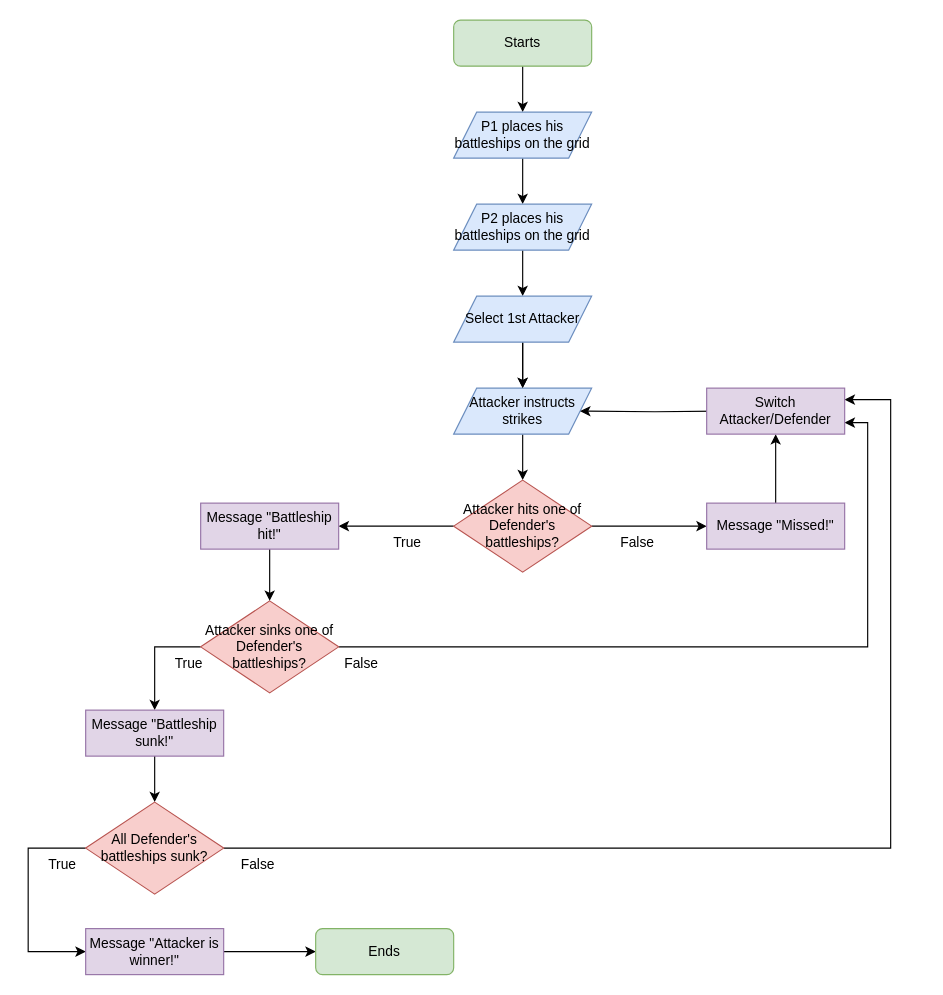
This is Flowcharts/Flowchart_battleships_game.drawio from tinghaoK7727/Battleships_game, a draw.io file, before an edit. Source tidied: cells renumbered, new cells numbered last; positions are measured from the earlier drawing's top-left corner, leaving out a move shared by most shapes. Both pictures are drawn from the tidied source at 115%, with x=0, y=0 at pixel (28, 20).
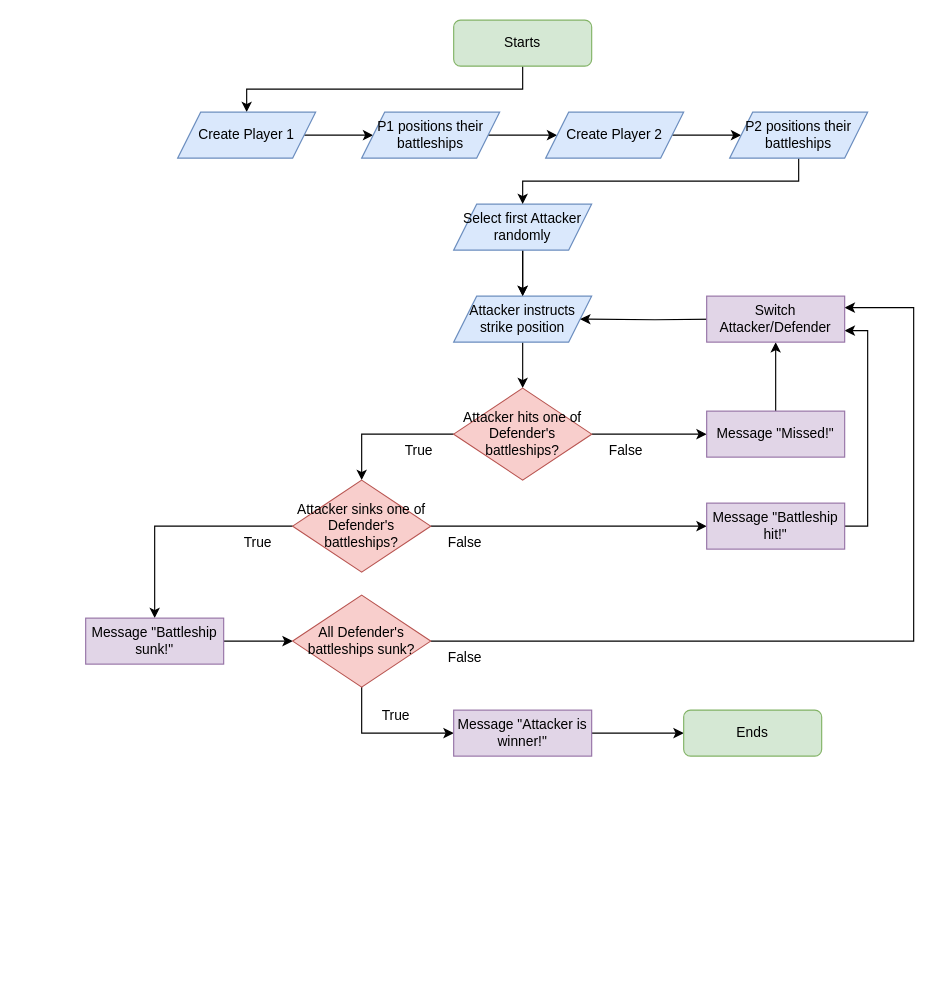
After the change.

What changed in the source:
```diff
@@
-    <mxCell id="4" style="edgeStyle=orthogonalEdgeStyle;rounded=0;jettySize=auto;html=1;exitX=0.5;exitY=1;exitDx=0;exitDy=0;entryX=0.5;entryY=0;entryDx=0;entryDy=0;" parent="1" edge="1" source="5" target="8">
-      <mxGeometry relative="1" as="geometry" />
-    </mxCell>
+    <mxCell id="39" style="edgeStyle=orthogonalEdgeStyle;rounded=0;jettySize=auto;html=1;exitX=1;exitY=0.5;exitDx=0;exitDy=0;" parent="1" edge="1" source="5" target="45">
+      <mxGeometry relative="1" as="geometry" />
+    </mxCell>
-    <mxCell id="5" value="P1 places his battleships on the grid" style="shape=parallelogram;perimeter=parallelogramPerimeter;whiteSpace=wrap;html=1;fixedSize=1;fillColor=#dae8fc;strokeColor=#6c8ebf;" parent="1" vertex="1">
-      <mxGeometry x="370" y="80" width="120" height="40" as="geometry" />
+    <mxCell id="5" value="Create Player 1" style="shape=parallelogram;perimeter=parallelogramPerimeter;whiteSpace=wrap;html=1;fixedSize=1;fillColor=#dae8fc;strokeColor=#6c8ebf;" parent="1" vertex="1">
+      <mxGeometry x="130" y="80" width="120" height="40" as="geometry" />
     </mxCell>
@@
-    <mxCell id="7" style="edgeStyle=orthogonalEdgeStyle;rounded=0;jettySize=auto;html=1;" parent="1" edge="1" source="8" target="12">
-      <mxGeometry relative="1" as="geometry" />
-    </mxCell>
-    <mxCell id="8" value="P2 places his battleships on the grid" style="shape=parallelogram;perimeter=parallelogramPerimeter;whiteSpace=wrap;html=1;fixedSize=1;fillColor=#dae8fc;strokeColor=#6c8ebf;" parent="1" vertex="1">
-      <mxGeometry x="370" y="160" width="120" height="40" as="geometry" />
-    </mxCell>
@@
-    <mxCell id="10" value="Attacker instructs strikes" style="shape=parallelogram;perimeter=parallelogramPerimeter;whiteSpace=wrap;html=1;fixedSize=1;fillColor=#dae8fc;strokeColor=#6c8ebf;" parent="1" vertex="1">
-      <mxGeometry x="370" y="320" width="120" height="40" as="geometry" />
+    <mxCell id="10" value="Attacker instructs strike position" style="shape=parallelogram;perimeter=parallelogramPerimeter;whiteSpace=wrap;html=1;fixedSize=1;fillColor=#dae8fc;strokeColor=#6c8ebf;" parent="1" vertex="1">
+      <mxGeometry x="370" y="240" width="120" height="40" as="geometry" />
     </mxCell>
@@
-    <mxCell id="12" value="Select 1st Attacker" style="shape=parallelogram;perimeter=parallelogramPerimeter;whiteSpace=wrap;html=1;fixedSize=1;fillColor=#dae8fc;strokeColor=#6c8ebf;" parent="1" vertex="1">
-      <mxGeometry x="370" y="240" width="120" height="40" as="geometry" />
+    <mxCell id="12" value="Select first Attacker randomly" style="shape=parallelogram;perimeter=parallelogramPerimeter;whiteSpace=wrap;html=1;fixedSize=1;fillColor=#dae8fc;strokeColor=#6c8ebf;" parent="1" vertex="1">
+      <mxGeometry x="370" y="160" width="120" height="40" as="geometry" />
     </mxCell>
-    <mxCell id="13" style="edgeStyle=orthogonalEdgeStyle;rounded=0;jettySize=auto;html=1;exitX=0;exitY=0.5;exitDx=0;exitDy=0;entryX=1;entryY=0.5;entryDx=0;entryDy=0;" parent="1" edge="1" source="15" target="20">
-      <mxGeometry relative="1" as="geometry" />
-    </mxCell>
@@
+    <mxCell id="40" style="edgeStyle=orthogonalEdgeStyle;rounded=0;jettySize=auto;html=1;exitX=0;exitY=0.5;exitDx=0;exitDy=0;entryX=0.5;entryY=0;entryDx=0;entryDy=0;" parent="1" edge="1" source="15" target="18">
+      <mxGeometry relative="1" as="geometry" />
+    </mxCell>
     <mxCell id="15" value="Attacker hits one of Defender's battleships?" style="rhombus;whiteSpace=wrap;html=1;fillColor=#f8cecc;strokeColor=#b85450;" parent="1" vertex="1">
-      <mxGeometry x="370" y="400" width="120" height="80" as="geometry" />
+      <mxGeometry x="370" y="320" width="120" height="80" as="geometry" />
     </mxCell>
-    <mxCell id="16" style="edgeStyle=orthogonalEdgeStyle;rounded=0;jettySize=auto;html=1;entryX=0.5;entryY=0;entryDx=0;entryDy=0;" parent="1" edge="1" source="18">
-      <mxGeometry relative="1" as="geometry">
-        <mxPoint x="110" y="600" as="targetPoint" />
-        <Array as="points">
-          <mxPoint x="110" y="545" />
-        </Array>
-      </mxGeometry>
-    </mxCell>
-    <mxCell id="17" style="edgeStyle=orthogonalEdgeStyle;rounded=0;jettySize=auto;html=1;entryX=1;entryY=0.75;entryDx=0;entryDy=0;startArrow=none;exitX=1;exitY=0.5;exitDx=0;exitDy=0;" parent="1" edge="1" source="18" target="36">
-      <mxGeometry relative="1" as="geometry" />
-    </mxCell>
+    <mxCell id="41" style="edgeStyle=orthogonalEdgeStyle;rounded=0;jettySize=auto;html=1;exitX=1;exitY=0.5;exitDx=0;exitDy=0;entryX=0;entryY=0.5;entryDx=0;entryDy=0;" parent="1" edge="1" source="18" target="20">
+      <mxGeometry relative="1" as="geometry" />
+    </mxCell>
+    <mxCell id="42" style="edgeStyle=orthogonalEdgeStyle;rounded=0;jettySize=auto;html=1;exitX=0;exitY=0.5;exitDx=0;exitDy=0;" parent="1" edge="1" source="18" target="22">
+      <mxGeometry relative="1" as="geometry" />
+    </mxCell>
     <mxCell id="18" value="Attacker sinks one of Defender's battleships?" style="rhombus;whiteSpace=wrap;html=1;fillColor=#f8cecc;strokeColor=#b85450;" parent="1" vertex="1">
-      <mxGeometry x="150" y="505" width="120" height="80" as="geometry" />
+      <mxGeometry x="230" y="400" width="120" height="80" as="geometry" />
     </mxCell>
-    <mxCell id="19" style="edgeStyle=orthogonalEdgeStyle;rounded=0;jettySize=auto;html=1;entryX=0.5;entryY=0;entryDx=0;entryDy=0;" parent="1" edge="1" source="20" target="18">
-      <mxGeometry relative="1" as="geometry" />
-    </mxCell>
+    <mxCell id="43" style="edgeStyle=orthogonalEdgeStyle;rounded=0;jettySize=auto;html=1;exitX=1;exitY=0.5;exitDx=0;exitDy=0;entryX=1;entryY=0.75;entryDx=0;entryDy=0;" parent="1" edge="1" source="20" target="36">
+      <mxGeometry relative="1" as="geometry" />
+    </mxCell>
     <mxCell id="20" value="Message &quot;Battleship hit!&quot;" style="rounded=0;whiteSpace=wrap;html=1;fillColor=#e1d5e7;strokeColor=#9673a6;" parent="1" vertex="1">
-      <mxGeometry x="150" y="420" width="120" height="40" as="geometry" />
+      <mxGeometry x="590" y="420" width="120" height="40" as="geometry" />
     </mxCell>
-    <mxCell id="21" style="edgeStyle=orthogonalEdgeStyle;rounded=0;jettySize=auto;html=1;exitX=0.5;exitY=1;exitDx=0;exitDy=0;entryX=0.5;entryY=0;entryDx=0;entryDy=0;" parent="1" edge="1" source="22" target="26">
+    <mxCell id="21" style="edgeStyle=orthogonalEdgeStyle;rounded=0;jettySize=auto;html=1;exitX=1;exitY=0.5;exitDx=0;exitDy=0;" parent="1" edge="1" source="22" target="26">
       <mxGeometry relative="1" as="geometry" />
     </mxCell>
     <mxCell id="22" value="Message &quot;Battleship sunk!&quot;" style="rounded=0;whiteSpace=wrap;html=1;fillColor=#e1d5e7;strokeColor=#9673a6;" parent="1" vertex="1">
-      <mxGeometry x="50" y="600" width="120" height="40" as="geometry" />
+      <mxGeometry x="50" y="520" width="120" height="40" as="geometry" />
     </mxCell>
     <mxCell id="23" value="True" style="text;html=1;strokeColor=none;fillColor=none;align=center;verticalAlign=middle;whiteSpace=wrap;rounded=0;" parent="1" vertex="1">
-      <mxGeometry x="300" y="440" width="60" height="30" as="geometry" />
+      <mxGeometry x="310" y="360" width="60" height="30" as="geometry" />
     </mxCell>
+    <mxCell id="25" style="edgeStyle=orthogonalEdgeStyle;rounded=0;jettySize=auto;html=1;exitX=1;exitY=0.5;exitDx=0;exitDy=0;entryX=1;entryY=0.25;entryDx=0;entryDy=0;" parent="1" edge="1" source="26" target="36">
+      <mxGeometry relative="1" as="geometry">
+        <Array as="points">
+          <mxPoint x="770" y="540" />
+          <mxPoint x="770" y="250" />
+        </Array>
+      </mxGeometry>
+    </mxCell>
-    <mxCell id="24" style="edgeStyle=orthogonalEdgeStyle;rounded=0;jettySize=auto;html=1;exitX=0;exitY=0.5;exitDx=0;exitDy=0;entryX=0;entryY=0.5;entryDx=0;entryDy=0;" parent="1" edge="1" source="26" target="28">
-      <mxGeometry relative="1" as="geometry">
-        <Array as="points">
-          <mxPoint y="720" />
-          <mxPoint y="810" />
-        </Array>
-      </mxGeometry>
+    <mxCell id="24" style="edgeStyle=orthogonalEdgeStyle;rounded=0;jettySize=auto;html=1;exitX=0.5;exitY=1;exitDx=0;exitDy=0;entryX=0;entryY=0.5;entryDx=0;entryDy=0;" parent="1" edge="1" source="26" target="28">
+      <mxGeometry relative="1" as="geometry" />
     </mxCell>
-    <mxCell id="25" style="edgeStyle=orthogonalEdgeStyle;rounded=0;jettySize=auto;html=1;entryX=1;entryY=0.25;entryDx=0;entryDy=0;" parent="1" edge="1" source="26" target="36">
-      <mxGeometry relative="1" as="geometry">
-        <Array as="points">
-          <mxPoint x="750" y="720" />
-          <mxPoint x="750" y="330" />
-        </Array>
-      </mxGeometry>
-    </mxCell>
     <mxCell id="26" value="All Defender's battleships sunk?" style="rhombus;whiteSpace=wrap;html=1;fillColor=#f8cecc;strokeColor=#b85450;" parent="1" vertex="1">
-      <mxGeometry x="50" y="680" width="120" height="80" as="geometry" />
+      <mxGeometry x="230" y="500" width="120" height="80" as="geometry" />
     </mxCell>
@@
     <mxCell id="28" value="Message &quot;Attacker is winner!&quot;" style="rounded=0;whiteSpace=wrap;html=1;fillColor=#e1d5e7;strokeColor=#9673a6;" parent="1" vertex="1">
-      <mxGeometry x="50" y="790" width="120" height="40" as="geometry" />
+      <mxGeometry x="370" y="600" width="120" height="40" as="geometry" />
     </mxCell>
     <mxCell id="29" value="Ends" style="rounded=1;whiteSpace=wrap;html=1;fillColor=#d5e8d4;strokeColor=#82b366;" parent="1" vertex="1">
-      <mxGeometry x="250" y="790" width="120" height="40" as="geometry" />
+      <mxGeometry x="570" y="600" width="120" height="40" as="geometry" />
     </mxCell>
@@
     <mxCell id="31" value="Message &quot;Missed!&quot;" style="rounded=0;whiteSpace=wrap;html=1;fillColor=#e1d5e7;strokeColor=#9673a6;" parent="1" vertex="1">
-      <mxGeometry x="590" y="420" width="120" height="40" as="geometry" />
+      <mxGeometry x="590" y="340" width="120" height="40" as="geometry" />
     </mxCell>
     <mxCell id="32" value="False" style="text;html=1;strokeColor=none;fillColor=none;align=center;verticalAlign=middle;whiteSpace=wrap;rounded=0;" parent="1" vertex="1">
-      <mxGeometry x="500" y="440" width="60" height="30" as="geometry" />
+      <mxGeometry x="490" y="360" width="60" height="30" as="geometry" />
     </mxCell>
     <mxCell id="33" style="edgeStyle=orthogonalEdgeStyle;rounded=0;jettySize=auto;html=1;" parent="1" edge="1" target="10">
       <mxGeometry relative="1" as="geometry">
-        <mxPoint x="600" y="340" as="sourcePoint" />
+        <mxPoint x="600" y="260" as="sourcePoint" />
       </mxGeometry>
     </mxCell>
     <mxCell id="34" value="True" style="text;html=1;strokeColor=none;fillColor=none;align=center;verticalAlign=middle;whiteSpace=wrap;rounded=0;" parent="1" vertex="1">
-      <mxGeometry x="110" y="545" width="60" height="30" as="geometry" />
+      <mxGeometry x="170" y="440" width="60" height="30" as="geometry" />
     </mxCell>
     <mxCell id="35" value="True" style="text;html=1;strokeColor=none;fillColor=none;align=center;verticalAlign=middle;whiteSpace=wrap;rounded=0;" parent="1" vertex="1">
-      <mxGeometry y="720" width="60" height="30" as="geometry" />
+      <mxGeometry x="290" y="590" width="60" height="30" as="geometry" />
     </mxCell>
     <mxCell id="36" value="Switch Attacker/Defender" style="rounded=0;whiteSpace=wrap;html=1;fillColor=#e1d5e7;strokeColor=#9673a6;" parent="1" vertex="1">
-      <mxGeometry x="590" y="320" width="120" height="40" as="geometry" />
+      <mxGeometry x="590" y="240" width="120" height="40" as="geometry" />
     </mxCell>
     <mxCell id="37" value="False" style="text;html=1;strokeColor=none;fillColor=none;align=center;verticalAlign=middle;whiteSpace=wrap;rounded=0;" parent="1" vertex="1">
-      <mxGeometry x="260" y="545" width="60" height="30" as="geometry" />
+      <mxGeometry x="350" y="440" width="60" height="30" as="geometry" />
     </mxCell>
     <mxCell id="38" value="False" style="text;html=1;strokeColor=none;fillColor=none;align=center;verticalAlign=middle;whiteSpace=wrap;rounded=0;" parent="1" vertex="1">
-      <mxGeometry x="170" y="720" width="60" height="30" as="geometry" />
+      <mxGeometry x="350" y="540" width="60" height="30" as="geometry" />
     </mxCell>
+    <mxCell id="44" style="edgeStyle=orthogonalEdgeStyle;rounded=0;jettySize=auto;html=1;exitX=1;exitY=0.5;exitDx=0;exitDy=0;" parent="1" edge="1" source="45" target="47">
+      <mxGeometry relative="1" as="geometry" />
+    </mxCell>
+    <mxCell id="45" value="P1 positions their battleships" style="shape=parallelogram;perimeter=parallelogramPerimeter;whiteSpace=wrap;html=1;fixedSize=1;fillColor=#dae8fc;strokeColor=#6c8ebf;" parent="1" vertex="1">
+      <mxGeometry x="290" y="80" width="120" height="40" as="geometry" />
+    </mxCell>
+    <mxCell id="46" style="edgeStyle=orthogonalEdgeStyle;rounded=0;jettySize=auto;html=1;exitX=1;exitY=0.5;exitDx=0;exitDy=0;" parent="1" edge="1" source="47" target="8">
+      <mxGeometry relative="1" as="geometry" />
+    </mxCell>
+    <mxCell id="47" value="Create Player 2" style="shape=parallelogram;perimeter=parallelogramPerimeter;whiteSpace=wrap;html=1;fixedSize=1;fillColor=#dae8fc;strokeColor=#6c8ebf;" parent="1" vertex="1">
+      <mxGeometry x="450" y="80" width="120" height="40" as="geometry" />
+    </mxCell>
+    <mxCell id="7" style="edgeStyle=orthogonalEdgeStyle;rounded=0;jettySize=auto;html=1;exitX=0.5;exitY=1;exitDx=0;exitDy=0;entryX=0.5;entryY=0;entryDx=0;entryDy=0;" parent="1" edge="1" source="8" target="12">
+      <mxGeometry relative="1" as="geometry" />
+    </mxCell>
+    <mxCell id="8" value="P2 positions their battleships" style="shape=parallelogram;perimeter=parallelogramPerimeter;whiteSpace=wrap;html=1;fixedSize=1;fillColor=#dae8fc;strokeColor=#6c8ebf;" parent="1" vertex="1">
+      <mxGeometry x="610" y="80" width="120" height="40" as="geometry" />
+    </mxCell>
```
